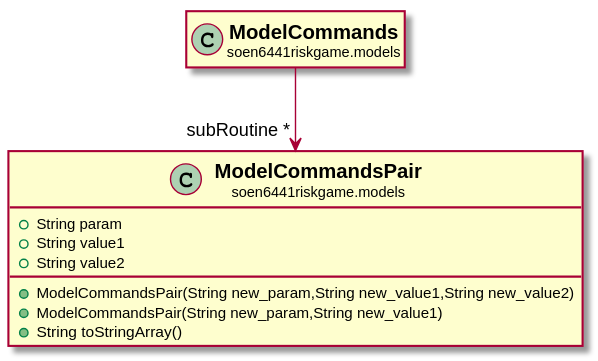
The PlantUML diagram docs/javadocs/soen6441riskgame/models/ModelCommandsPair.svg in huntertran/soen6441-riskgame, before a commit. Its diagram source:
```plantuml
@startuml

skinparam svgLinkTarget _parent
skinparam linetype ortho
set namespaceSeparator none
class "<b><size:14>ModelCommandsPair</b>\n<size:10>soen6441riskgame.models" as soen6441riskgame.models.ModelCommandsPair  [[../../soen6441riskgame/models/ModelCommandsPair.html{soen6441riskgame.models.ModelCommandsPair}]] {
+String param
+String value1
+String value2
+ModelCommandsPair(String new_param,String new_value1,String new_value2)
+ModelCommandsPair(String new_param,String new_value1)
+String toStringArray()
}


class "<b><size:14>ModelCommands</b>\n<size:10>soen6441riskgame.models" as soen6441riskgame.models.ModelCommands  [[../../soen6441riskgame/models/ModelCommands.html{soen6441riskgame.models.ModelCommands}]] {
}

hide soen6441riskgame.models.ModelCommands fields
hide soen6441riskgame.models.ModelCommands methods

soen6441riskgame.models.ModelCommands -->  "subRoutine *" soen6441riskgame.models.ModelCommandsPair


@enduml
```
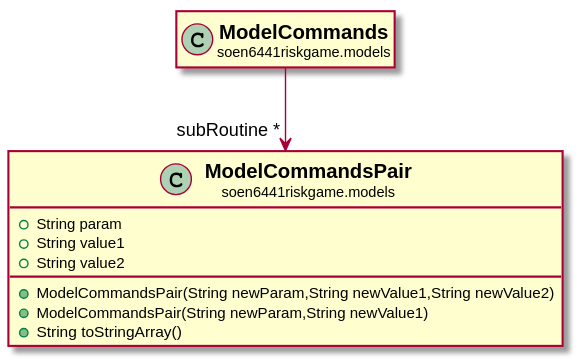
After the commit.

The edit, as a diff of the source:
```diff
@@ -7,8 +7,8 @@
 +String param
 +String value1
 +String value2
-+ModelCommandsPair(String new_param,String new_value1,String new_value2)
-+ModelCommandsPair(String new_param,String new_value1)
++ModelCommandsPair(String newParam,String newValue1,String newValue2)
++ModelCommandsPair(String newParam,String newValue1)
 +String toStringArray()
 }
 
```
